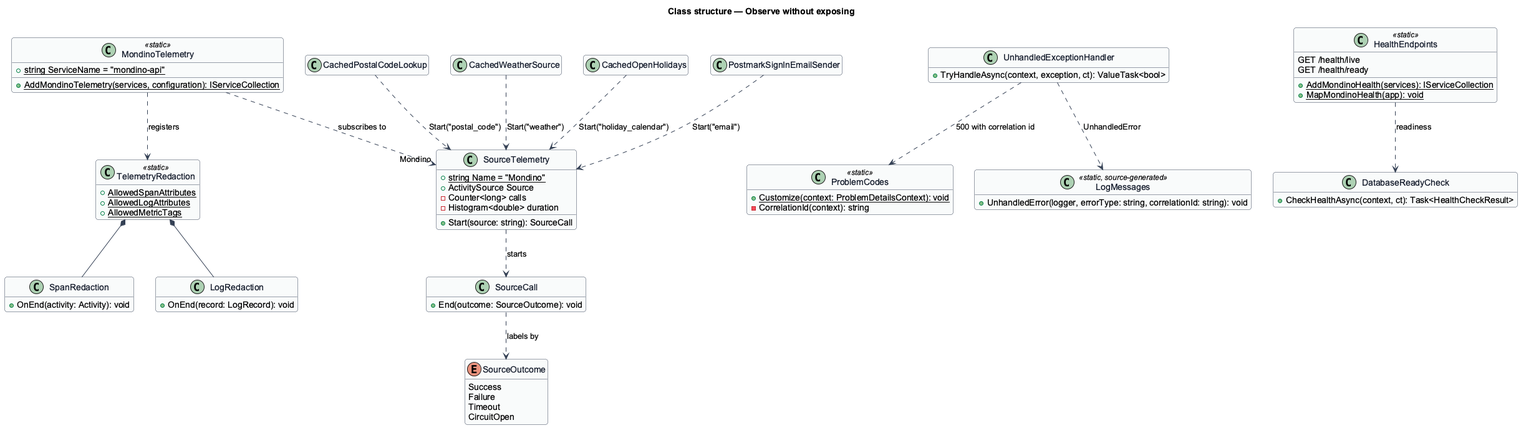
QuinntyneBrown/Mondino keeps this PlantUML diagram as docs/detailed-designs/platform/observe-without-exposing/diagrams/class-structure.png. Above is the earlier version.
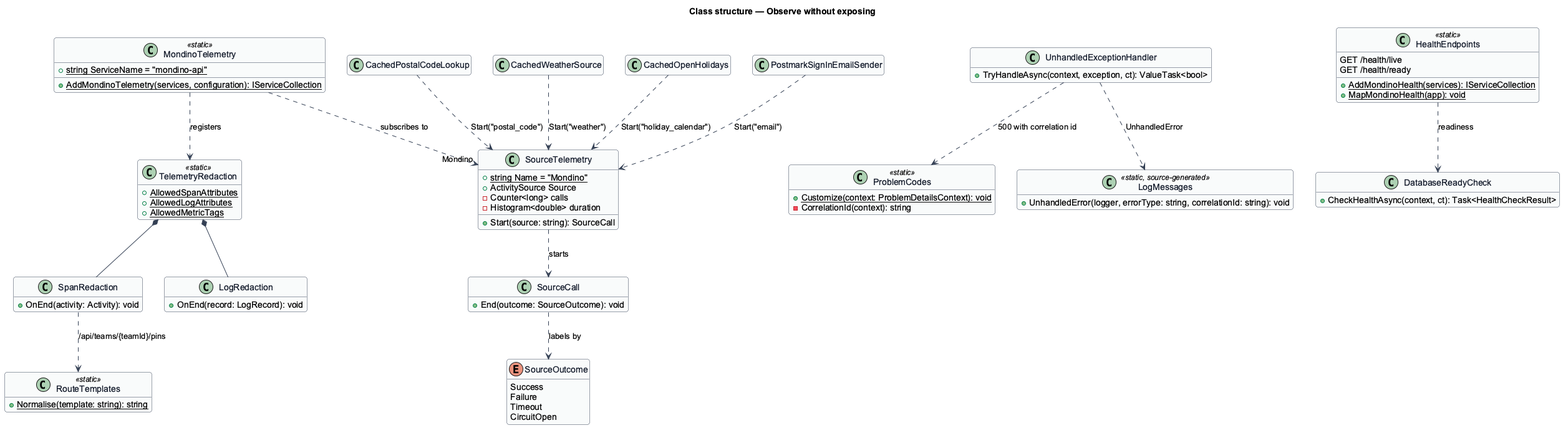
Later version of the same file.

What changed in the source:
```diff
@@ -46,6 +46,10 @@
   +OnEnd(activity: Activity): void
 }
 
+class RouteTemplates <<static>> {
+  +{static} Normalise(template: string): string
+}
+
 class LogRedaction {
   +OnEnd(record: LogRecord): void
 }
@@ -89,6 +93,7 @@
 MondinoTelemetry ..> TelemetryRedaction : registers
 TelemetryRedaction *-- SpanRedaction
 TelemetryRedaction *-- LogRedaction
+SpanRedaction ..> RouteTemplates : /api/teams/{teamId}/pins
 CachedPostalCodeLookup ..> SourceTelemetry : Start("postal_code")
 CachedWeatherSource ..> SourceTelemetry : Start("weather")
 CachedOpenHolidays ..> SourceTelemetry : Start("holiday_calendar")
```
